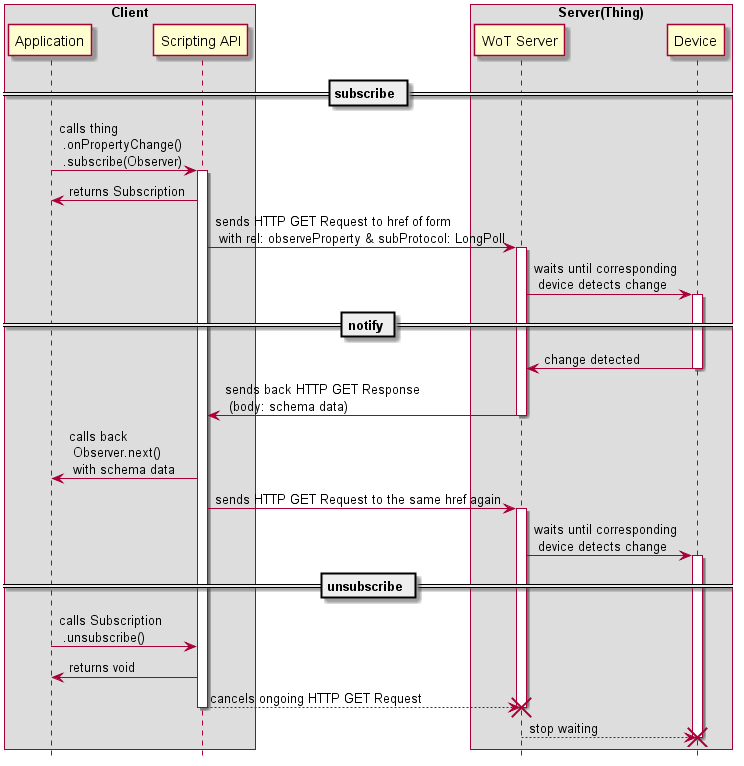
w3c/wot-architecture keeps this PlantUML diagram as images/message-flows/A_1_3a_observePropertyLongPoll.png. Above is the earlier version. Source of this version:
```plantuml
@startuml
hide footbox

box "Client"
participant "Application" as AP
participant "Scripting API" as SA
end box

box "Server(Thing)"
participant "WoT Server" as WS
participant "Device" as DC
end box

== subscribe ==

AP  -> SA: calls thing \n .onPropertyChange() \n .subscribe(Observer)
activate SA
SA  -> AP: returns Subscription
SA  -> WS: sends HTTP GET Request to href of form \n with rel: observeProperty & subProtocol: LongPoll
activate WS
WS  -> DC: waits until corresponding \n device detects change
activate DC

== notify ==

DC  -> WS: change detected
deactivate DC
WS  -> SA: sends back HTTP GET Response \n (body: schema data)
deactivate WS
SA  -> AP: calls back \n Observer.next() \n with schema data
SA  -> WS: sends HTTP GET Request to the same href again
activate WS
WS  -> DC: waits until corresponding \n device detects change
activate DC

== unsubscribe ==

AP  -> SA: calls Subscription \n .unsubscribe()
SA  -> AP: returns void
SA --> WS: cancels ongoing HTTP GET Request
deactivate SA
destroy WS
WS --> DC: stop waiting
destroy DC
@enduml
```
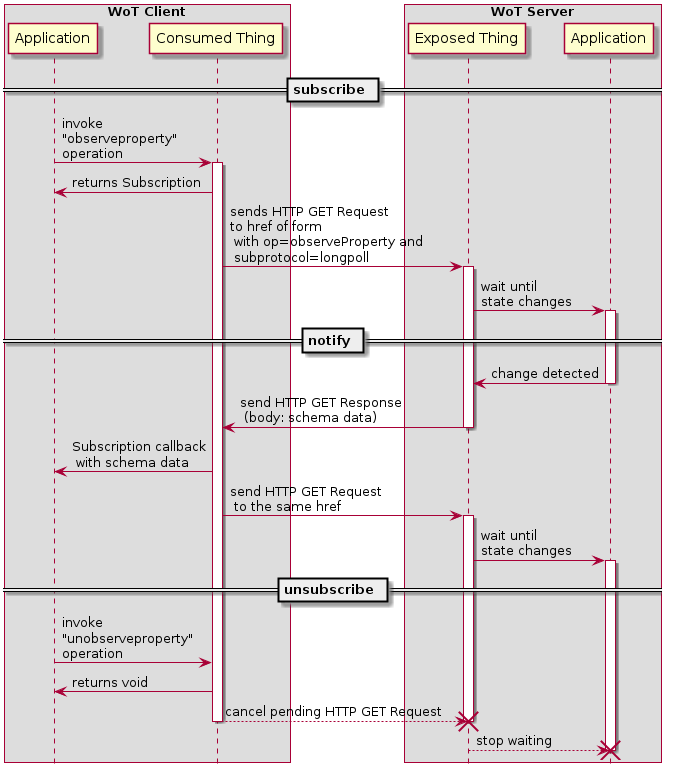
After the change.

Diff of the diagram source:
```diff
@@ -1,43 +1,43 @@
 @startuml
 hide footbox
 
-box "Client"
+box "WoT Client"
 participant "Application" as AP
-participant "Scripting API" as SA
+participant "Consumed Thing" as SA
 end box
 
-box "Server(Thing)"
-participant "WoT Server" as WS
-participant "Device" as DC
+box "WoT Server"
+participant "Exposed Thing" as WS
+participant "Application" as DC
 end box
 
 == subscribe ==
 
-AP  -> SA: calls thing \n .onPropertyChange() \n .subscribe(Observer)
+AP  -> SA: invoke\n"observeproperty"\noperation
 activate SA
 SA  -> AP: returns Subscription
-SA  -> WS: sends HTTP GET Request to href of form \n with rel: observeProperty & subProtocol: LongPoll
+SA  -> WS: sends HTTP GET Request\nto href of form\n with op=observeProperty and\n subprotocol=longpoll
 activate WS
-WS  -> DC: waits until corresponding \n device detects change
+WS  -> DC: wait until\nstate changes
 activate DC
 
 == notify ==
 
 DC  -> WS: change detected
 deactivate DC
-WS  -> SA: sends back HTTP GET Response \n (body: schema data)
+WS  -> SA: send HTTP GET Response\n (body: schema data)
 deactivate WS
-SA  -> AP: calls back \n Observer.next() \n with schema data
-SA  -> WS: sends HTTP GET Request to the same href again
+SA  -> AP: Subscription callback\n with schema data
+SA  -> WS: send HTTP GET Request\n to the same href
 activate WS
-WS  -> DC: waits until corresponding \n device detects change
+WS  -> DC: wait until\nstate changes
 activate DC
 
 == unsubscribe ==
 
-AP  -> SA: calls Subscription \n .unsubscribe()
+AP  -> SA: invoke\n"unobserveproperty"\noperation
 SA  -> AP: returns void
-SA --> WS: cancels ongoing HTTP GET Request
+SA --> WS: cancel pending HTTP GET Request
 deactivate SA
 destroy WS
 WS --> DC: stop waiting
```
